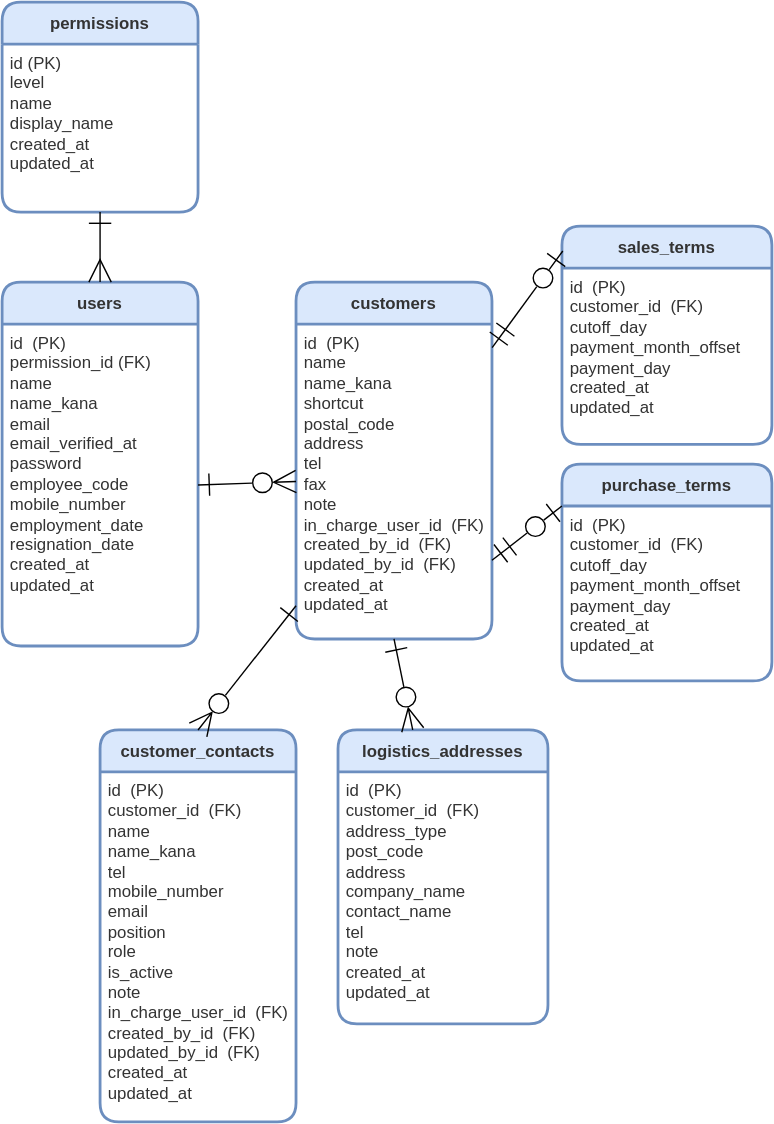
Earlier version of the draw.io export src/docs/ER.drawio.svg (ryo-tom/flagship). Source tidied: cells renumbered, new cells last; positions are measured from the earlier drawing's top-left corner, leaving out a move shared by most shapes.
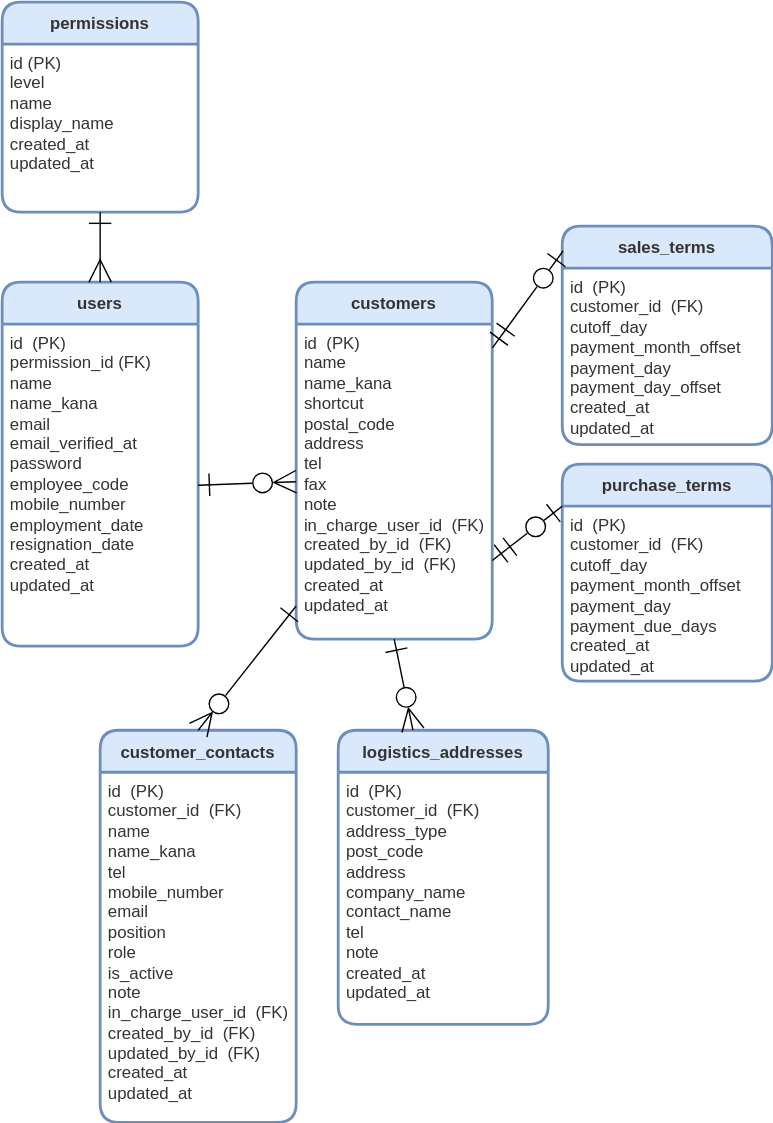
After the change.

Diff of the diagram source:
```diff
@@ -47,13 +47,13 @@
     <mxCell id="16" value="sales_terms" style="swimlane;horizontal=1;startSize=30;rounded=1;fontSize=12;fontStyle=1;strokeWidth=2;shadow=0;dashed=0;align=center;fillColor=#dae8fc;strokeColor=#6c8ebf;fontColor=#333333;labelBackgroundColor=none;gradientColor=none;swimlaneFillColor=#FFFFFF;verticalAlign=middle;" parent="1" vertex="1">
       <mxGeometry x="400" y="160" width="150" height="156" as="geometry" />
     </mxCell>
-    <mxCell id="17" value="&lt;font style=&quot;&quot;&gt;id&amp;nbsp;&amp;nbsp;(PK)&lt;br style=&quot;font-size: 12px;&quot;&gt;customer_id&amp;nbsp;&amp;nbsp;(FK)&lt;br style=&quot;font-size: 12px;&quot;&gt;&lt;div style=&quot;&quot;&gt;cutoff_day&lt;/div&gt;&lt;div style=&quot;&quot;&gt;payment_month_offset&lt;/div&gt;&lt;div style=&quot;&quot;&gt;payment_day&lt;/div&gt;&lt;div style=&quot;&quot;&gt;created_at&lt;/div&gt;&lt;div style=&quot;&quot;&gt;updated_at&lt;/div&gt;&lt;/font&gt;" style="align=left;strokeColor=none;fillColor=none;spacingLeft=4;fontSize=12;verticalAlign=top;fontColor=#333333;html=1;" parent="16" vertex="1">
+    <mxCell id="17" value="&lt;font style=&quot;&quot;&gt;id&amp;nbsp;&amp;nbsp;(PK)&lt;br style=&quot;font-size: 12px;&quot;&gt;customer_id&amp;nbsp;&amp;nbsp;(FK)&lt;br style=&quot;font-size: 12px;&quot;&gt;&lt;div style=&quot;&quot;&gt;cutoff_day&lt;/div&gt;&lt;div style=&quot;&quot;&gt;payment_month_offset&lt;/div&gt;&lt;div style=&quot;&quot;&gt;payment_day&lt;/div&gt;&lt;div style=&quot;&quot;&gt;payment_day_offset&lt;br&gt;&lt;/div&gt;&lt;div style=&quot;&quot;&gt;created_at&lt;/div&gt;&lt;div style=&quot;&quot;&gt;updated_at&lt;/div&gt;&lt;/font&gt;" style="align=left;strokeColor=none;fillColor=none;spacingLeft=4;fontSize=12;verticalAlign=top;fontColor=#333333;html=1;" parent="16" vertex="1">
       <mxGeometry y="30" width="150" height="126" as="geometry" />
     </mxCell>
     <mxCell id="18" value="purchase_terms" style="swimlane;horizontal=1;startSize=30;rounded=1;fontSize=12;fontStyle=1;strokeWidth=2;shadow=0;dashed=0;align=center;fillColor=#dae8fc;strokeColor=#6c8ebf;fontColor=#333333;labelBackgroundColor=none;gradientColor=none;swimlaneFillColor=#FFFFFF;verticalAlign=middle;" parent="1" vertex="1">
       <mxGeometry x="400" y="330" width="150" height="155" as="geometry" />
     </mxCell>
-    <mxCell id="19" value="&lt;font style=&quot;&quot;&gt;id&amp;nbsp;&amp;nbsp;(PK)&lt;br style=&quot;font-size: 12px;&quot;&gt;customer_id&amp;nbsp;&amp;nbsp;(FK)&lt;br style=&quot;font-size: 12px;&quot;&gt;&lt;div style=&quot;&quot;&gt;cutoff_day&lt;/div&gt;&lt;div style=&quot;&quot;&gt;payment_month_offset&lt;/div&gt;&lt;div style=&quot;&quot;&gt;payment_day&lt;/div&gt;&lt;div style=&quot;&quot;&gt;created_at&lt;/div&gt;&lt;div style=&quot;&quot;&gt;updated_at&lt;/div&gt;&lt;/font&gt;" style="align=left;strokeColor=none;fillColor=none;spacingLeft=4;fontSize=12;verticalAlign=top;fontColor=#333333;html=1;" parent="18" vertex="1">
+    <mxCell id="19" value="&lt;font style=&quot;&quot;&gt;id&amp;nbsp;&amp;nbsp;(PK)&lt;br style=&quot;font-size: 12px;&quot;&gt;customer_id&amp;nbsp;&amp;nbsp;(FK)&lt;br style=&quot;font-size: 12px;&quot;&gt;&lt;div style=&quot;&quot;&gt;cutoff_day&lt;/div&gt;&lt;div style=&quot;&quot;&gt;payment_month_offset&lt;/div&gt;&lt;div style=&quot;&quot;&gt;payment_day&lt;/div&gt;&lt;div style=&quot;&quot;&gt;payment_due_days&lt;br&gt;&lt;/div&gt;&lt;div style=&quot;&quot;&gt;created_at&lt;/div&gt;&lt;div style=&quot;&quot;&gt;updated_at&lt;/div&gt;&lt;/font&gt;" style="align=left;strokeColor=none;fillColor=none;spacingLeft=4;fontSize=12;verticalAlign=top;fontColor=#333333;html=1;" parent="18" vertex="1">
       <mxGeometry y="30" width="150" height="125" as="geometry" />
     </mxCell>
     <mxCell id="20" style="edgeStyle=none;shape=connector;rounded=1;jumpStyle=none;jumpSize=6;html=1;entryX=0.004;entryY=0.114;entryDx=0;entryDy=0;shadow=0;labelBackgroundColor=default;strokeColor=default;fontFamily=Helvetica;fontSize=12;fontColor=default;startArrow=ERmandOne;startFill=0;endArrow=ERzeroToOne;endFill=0;startSize=14;endSize=14;targetPerimeterSpacing=0;verticalAlign=top;entryPerimeter=0;exitX=1.001;exitY=0.075;exitDx=0;exitDy=0;exitPerimeter=0;" parent="1" edge="1" source="8" target="16">
```
